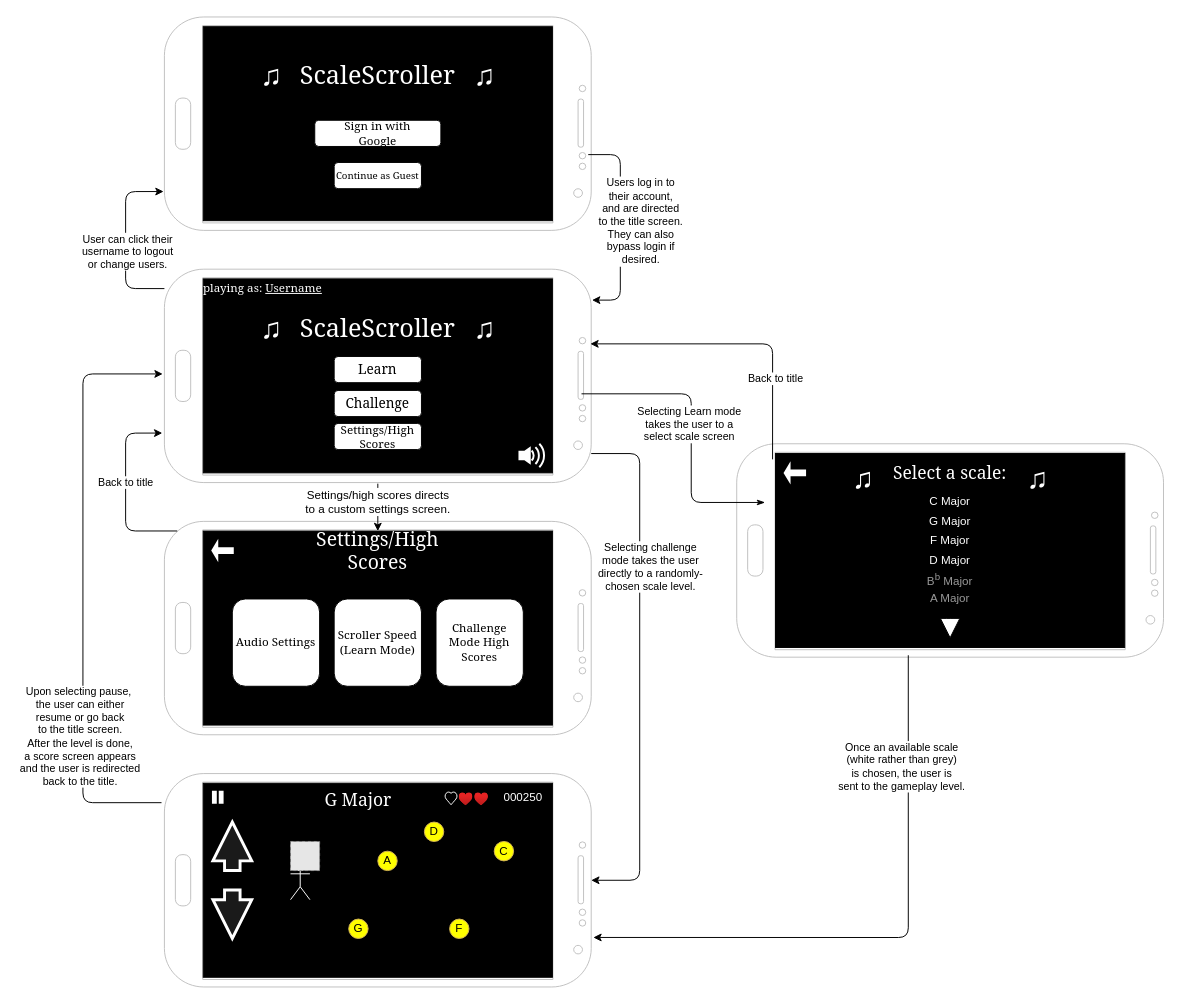
Above: docs/work/wireframe.drawio in lsteiner9/ScaleScroller (draw.io), before the change. Source tidied: cells renumbered, new cells numbered last; positions are measured from the earlier drawing's top-left corner, leaving out a move shared by most shapes. Both pictures are drawn from the tidied source at 97%, with x=0, y=0 at pixel (82, 16). Pictures stored in the file or linked from it are replaced by grey dashed boxes.
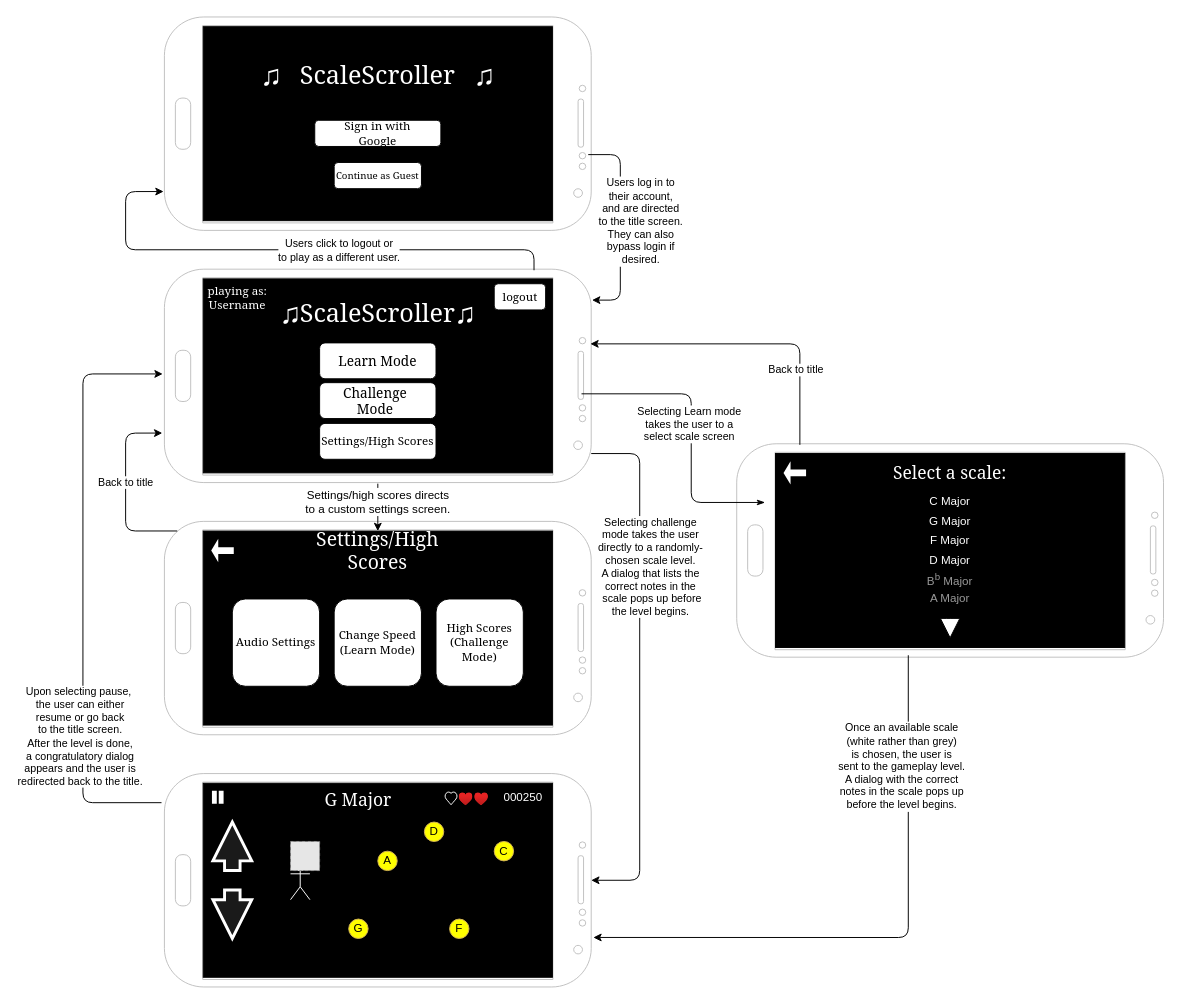
Above is the later version.

The change refers to these unchanged cells:
```xml
<mxCell id="2" style="group;" parent="1" vertex="1">
  <mxGeometry x="84" y="260" width="440" height="220" as="geometry" />
</mxCell>
<mxCell id="3" style="verticalLabelPosition=bottom;verticalAlign=top;html=1;shadow=0;dashed=0;strokeWidth=1;shape=mxgraph.android.phone2;strokeColor=#c0c0c0;direction=south;" parent="2" vertex="1">
  <mxGeometry width="440" height="220" as="geometry" />
</mxCell>
<mxCell id="17" style="group;" parent="16" vertex="1">
  <mxGeometry width="440" height="220" as="geometry" />
</mxCell>
<mxCell id="49" style="verticalLabelPosition=bottom;verticalAlign=top;html=1;shadow=0;dashed=0;strokeWidth=1;shape=mxgraph.android.phone2;strokeColor=#c0c0c0;direction=south;" parent="48" vertex="1">
  <mxGeometry width="440" height="220" as="geometry" />
</mxCell>
<mxCell id="64" style="edgeStyle=orthogonalEdgeStyle;fontSize=12;html=1;endArrow=none;endFill=0;exitX=0.491;exitY=0.995;exitDx=0;exitDy=0;exitPerimeter=0;startArrow=classic;startFill=1;" parent="1" edge="1">
  <mxGeometry relative="1" as="geometry">
    <mxPoint x="82.2" y="368" as="sourcePoint" />
    <mxPoint x="81" y="810" as="targetPoint" />
    <Array as="points">
      <mxPoint y="368" />
      <mxPoint y="810" />
    </Array>
  </mxGeometry>
</mxCell>
<mxCell id="69" style="verticalLabelPosition=bottom;verticalAlign=top;html=1;shadow=0;dashed=0;strokeWidth=1;shape=mxgraph.android.phone2;strokeColor=#c0c0c0;direction=south;" parent="68" vertex="1">
  <mxGeometry width="440" height="220" as="geometry" />
</mxCell>
<mxCell id="70" style="group;" parent="68" vertex="1">
  <mxGeometry x="40" y="10" width="360" height="240" as="geometry" />
</mxCell>
<mxCell id="87" style="edgeStyle=orthogonalEdgeStyle;fontSize=12;html=1;endArrow=none;startArrow=classic;exitX=0.768;exitY=-0.005;exitDx=0;exitDy=0;exitPerimeter=0;entryX=0.991;entryY=0.598;entryDx=0;entryDy=0;entryPerimeter=0;startFill=1;endFill=0;" parent="1" edge="1" source="26" target="69">
  <mxGeometry relative="1" as="geometry" />
</mxCell>
<mxCell id="89" style="edgeStyle=orthogonalEdgeStyle;fontSize=12;html=1;endArrow=none;startArrow=classic;entryX=0.864;entryY=0;entryDx=0;entryDy=0;entryPerimeter=0;startFill=1;endFill=0;" parent="1" edge="1" source="26" target="3">
  <mxGeometry relative="1" as="geometry">
    <Array as="points">
      <mxPoint x="574" y="890" />
      <mxPoint x="574" y="450" />
    </Array>
  </mxGeometry>
</mxCell>
```

Diff of the diagram source:
```diff
@@
     <mxCell id="5" value="&lt;font style=&quot;font-size: 26px&quot; color=&quot;#ffffff&quot; face=&quot;Georgia&quot;&gt;ScaleScroller&lt;/font&gt;" style="text;html=1;align=center;verticalAlign=middle;whiteSpace=wrap;rounded=0;" parent="2" vertex="1">
-      <mxGeometry x="140" y="40" width="160" height="40" as="geometry" />
+      <mxGeometry x="140" y="25" width="160" height="40" as="geometry" />
     </mxCell>
     <mxCell id="6" value="&lt;font style=&quot;font-size: 30px&quot;&gt;♫&lt;/font&gt;" style="text;html=1;align=center;verticalAlign=middle;fontColor=#FFFFFF;" parent="2" vertex="1">
-      <mxGeometry x="90" y="45" width="40" height="30" as="geometry" />
+      <mxGeometry x="110" y="30" width="40" height="30" as="geometry" />
     </mxCell>
     <mxCell id="7" value="&lt;font style=&quot;font-size: 30px&quot;&gt;♫&lt;/font&gt;" style="text;html=1;align=center;verticalAlign=middle;fontColor=#FFFFFF;" parent="2" vertex="1">
-      <mxGeometry x="310" y="45" width="40" height="30" as="geometry" />
+      <mxGeometry x="290" y="30" width="40" height="30" as="geometry" />
     </mxCell>
     <mxCell id="8" style="rounded=1;whiteSpace=wrap;html=1;" parent="2" vertex="1">
-      <mxGeometry x="175" y="90" width="90" height="27" as="geometry" />
+      <mxGeometry x="160" y="76" width="120" height="37" as="geometry" />
     </mxCell>
-    <mxCell id="9" style="rounded=1;whiteSpace=wrap;html=1;" parent="2" vertex="1">
-      <mxGeometry x="175" y="125" width="90" height="27" as="geometry" />
-    </mxCell>
-    <mxCell id="10" style="rounded=1;whiteSpace=wrap;html=1;" parent="2" vertex="1">
-      <mxGeometry x="175" y="159" width="90" height="27" as="geometry" />
-    </mxCell>
-    <mxCell id="11" value="&lt;font style=&quot;font-size: 14px&quot; face=&quot;Georgia&quot;&gt;Learn&lt;/font&gt;" style="text;html=1;strokeColor=none;fillColor=none;align=center;verticalAlign=middle;whiteSpace=wrap;rounded=0;" parent="2" vertex="1">
-      <mxGeometry x="170" y="93.5" width="100" height="20" as="geometry" />
+    <mxCell id="11" value="&lt;font style=&quot;font-size: 14px&quot; face=&quot;Georgia&quot;&gt;Learn Mode&lt;/font&gt;" style="text;html=1;strokeColor=none;fillColor=none;align=center;verticalAlign=middle;whiteSpace=wrap;rounded=0;" parent="2" vertex="1">
+      <mxGeometry x="170" y="84.5" width="100" height="20" as="geometry" />
     </mxCell>
+    <mxCell id="15" value="&lt;font face=&quot;Georgia&quot;&gt;playing as: &lt;br&gt;Username&lt;/font&gt;" style="text;html=1;align=center;verticalAlign=middle;fontColor=#FFFFFF;" parent="2" vertex="1">
+      <mxGeometry x="40" y="15" width="70" height="30" as="geometry" />
+    </mxCell>
+    <mxCell id="91" style="rounded=1;whiteSpace=wrap;html=1;" parent="2" vertex="1">
+      <mxGeometry x="340" y="15" width="53" height="27" as="geometry" />
+    </mxCell>
+    <mxCell id="92" value="&lt;font style=&quot;font-size: 12px&quot; face=&quot;Georgia&quot;&gt;logout&lt;/font&gt;" style="text;html=1;strokeColor=none;fillColor=none;align=center;verticalAlign=middle;whiteSpace=wrap;rounded=0;" parent="2" vertex="1">
+      <mxGeometry x="316.5" y="18.5" width="100" height="20" as="geometry" />
+    </mxCell>
+    <mxCell id="93" style="rounded=1;whiteSpace=wrap;html=1;" parent="2" vertex="1">
+      <mxGeometry x="160" y="159" width="120" height="37" as="geometry" />
+    </mxCell>
+    <mxCell id="94" style="rounded=1;whiteSpace=wrap;html=1;" parent="2" vertex="1">
+      <mxGeometry x="160" y="117" width="120" height="37" as="geometry" />
+    </mxCell>
-    <mxCell id="12" value="&lt;font style=&quot;font-size: 14px&quot; face=&quot;Georgia&quot;&gt;Challenge&lt;/font&gt;" style="text;html=1;strokeColor=none;fillColor=none;align=center;verticalAlign=middle;whiteSpace=wrap;rounded=0;" parent="2" vertex="1">
-      <mxGeometry x="170" y="128.5" width="100" height="20" as="geometry" />
+    <mxCell id="12" value="&lt;font style=&quot;font-size: 14px&quot; face=&quot;Georgia&quot;&gt;Challenge Mode&lt;/font&gt;" style="text;html=1;strokeColor=none;fillColor=none;align=center;verticalAlign=middle;whiteSpace=wrap;rounded=0;" parent="2" vertex="1">
+      <mxGeometry x="165" y="125.5" width="105" height="20" as="geometry" />
     </mxCell>
     <mxCell id="13" value="&lt;font style=&quot;font-size: 12px&quot; face=&quot;Georgia&quot;&gt;Settings/High Scores&lt;/font&gt;" style="text;html=1;strokeColor=none;fillColor=none;align=center;verticalAlign=middle;whiteSpace=wrap;rounded=0;" parent="2" vertex="1">
-      <mxGeometry x="170" y="162.5" width="100" height="20" as="geometry" />
+      <mxGeometry x="160" y="167.5" width="120" height="20" as="geometry" />
     </mxCell>
-    <mxCell id="14" style="html=1;verticalLabelPosition=bottom;align=center;labelBackgroundColor=#ffffff;verticalAlign=top;strokeWidth=2;shadow=0;dashed=0;shape=mxgraph.ios7.icons.volume_2;fontColor=#FFFFFF;fillColor=#FFFFFF;strokeColor=#FFFFFF;" parent="2" vertex="1">
-      <mxGeometry x="366" y="180" width="27" height="24.2" as="geometry" />
-    </mxCell>
-    <mxCell id="15" value="&lt;font face=&quot;Georgia&quot;&gt;playing as: &lt;u&gt;Username&lt;/u&gt;&lt;/font&gt;" style="text;html=1;align=center;verticalAlign=middle;fontColor=#FFFFFF;" parent="2" vertex="1">
-      <mxGeometry x="36" y="10" width="130" height="20" as="geometry" />
-    </mxCell>
@@
-    <mxCell id="22" value="&lt;span&gt;&lt;font face=&quot;Georgia&quot;&gt;Challenge Mode High Scores&lt;/font&gt;&lt;/span&gt;" style="rounded=1;whiteSpace=wrap;html=1;" parent="17" vertex="1">
+    <mxCell id="22" value="&lt;span&gt;&lt;font face=&quot;Georgia&quot;&gt;High Scores&lt;br&gt;(Challenge Mode)&lt;br&gt;&lt;/font&gt;&lt;/span&gt;" style="rounded=1;whiteSpace=wrap;html=1;" parent="17" vertex="1">
       <mxGeometry x="280" y="80" width="90" height="90" as="geometry" />
     </mxCell>
-    <mxCell id="23" value="&lt;font face=&quot;Georgia&quot;&gt;Scroller Speed&lt;br&gt;(Learn Mode)&lt;/font&gt;" style="rounded=1;whiteSpace=wrap;html=1;" parent="17" vertex="1">
+    <mxCell id="23" value="&lt;font face=&quot;Georgia&quot;&gt;Change Speed&lt;br&gt;(Learn Mode)&lt;/font&gt;" style="rounded=1;whiteSpace=wrap;html=1;" parent="17" vertex="1">
       <mxGeometry x="175" y="80" width="90" height="90" as="geometry" />
     </mxCell>
@@
-    <mxCell id="65" value="&lt;font color=&quot;#000000&quot;&gt;Upon selecting pause,&amp;nbsp;&lt;br&gt;the user can either&lt;br&gt;resume or go back&lt;br&gt;to the title screen.&lt;br&gt;After the level is done,&lt;br&gt;a score screen appears&lt;br&gt;and the user is redirected&lt;br&gt;back to the title.&lt;br&gt;&lt;/font&gt;" style="edgeLabel;html=1;align=center;verticalAlign=middle;fontColor=#FFFFFF;" parent="64" vertex="1">
+    <mxCell id="65" value="&lt;font color=&quot;#000000&quot;&gt;Upon selecting pause,&amp;nbsp;&lt;br&gt;the user can either&lt;br&gt;resume or go back&lt;br&gt;to the title screen.&lt;br&gt;After the level is done,&lt;br&gt;a congratulatory dialog &lt;br&gt;appears and the user is &lt;br&gt;redirected back to the title.&lt;br&gt;&lt;/font&gt;" style="edgeLabel;html=1;align=center;verticalAlign=middle;fontColor=#FFFFFF;" parent="64" vertex="1">
       <mxGeometry x="0.58" y="-4" relative="1" as="geometry">
         <mxPoint y="-22.8" as="offset" />
       </mxGeometry>
     </mxCell>
-    <mxCell id="66" style="fontSize=12;html=1;endArrow=none;endFill=0;entryX=0.091;entryY=1;entryDx=0;entryDy=0;entryPerimeter=0;exitX=0.818;exitY=1.002;exitDx=0;exitDy=0;exitPerimeter=0;edgeStyle=orthogonalEdgeStyle;startArrow=classic;startFill=1;" parent="1" edge="1" source="49" target="3">
+    <mxCell id="66" style="fontSize=12;html=1;endArrow=none;endFill=0;entryX=0.005;entryY=0.134;entryDx=0;entryDy=0;entryPerimeter=0;exitX=0.818;exitY=1.002;exitDx=0;exitDy=0;exitPerimeter=0;edgeStyle=orthogonalEdgeStyle;startArrow=classic;startFill=1;" parent="1" edge="1" source="49" target="3">
       <mxGeometry relative="1" as="geometry">
         <Array as="points">
           <mxPoint x="44" y="180" />
-          <mxPoint x="44" y="280" />
+          <mxPoint x="44" y="240" />
+          <mxPoint x="465" y="240" />
         </Array>
       </mxGeometry>
     </mxCell>
-    <mxCell id="67" value="User can click their&lt;br&gt;username to logout&lt;br&gt;or change users." style="edgeLabel;html=1;align=center;verticalAlign=middle;" parent="66" vertex="1">
-      <mxGeometry x="0.13" y="1" relative="1" as="geometry" />
+    <mxCell id="67" value="Users click to logout or&lt;br&gt;to play as a different user." style="edgeLabel;html=1;align=center;verticalAlign=middle;" parent="66" vertex="1">
+      <mxGeometry x="0.13" y="1" relative="1" as="geometry">
+        <mxPoint x="13.1" y="1" as="offset" />
+      </mxGeometry>
     </mxCell>
@@
-    <mxCell id="81" value="&lt;font style=&quot;font-size: 30px&quot;&gt;♫&lt;/font&gt;" style="text;html=1;align=center;verticalAlign=middle;fontColor=#FFFFFF;" parent="70" vertex="1">
-      <mxGeometry x="70" y="10" width="40" height="30" as="geometry" />
-    </mxCell>
-    <mxCell id="82" value="&lt;font style=&quot;font-size: 30px&quot;&gt;♫&lt;/font&gt;" style="text;html=1;align=center;verticalAlign=middle;fontColor=#FFFFFF;" parent="70" vertex="1">
-      <mxGeometry x="250" y="10" width="40" height="30" as="geometry" />
-    </mxCell>
-    <mxCell id="83" style="edgeStyle=orthogonalEdgeStyle;fontSize=12;html=1;endArrow=none;endFill=0;exitX=0.35;exitY=0.002;exitDx=0;exitDy=0;exitPerimeter=0;entryX=0.073;entryY=0.916;entryDx=0;entryDy=0;startArrow=classic;startFill=1;entryPerimeter=0;" parent="1" edge="1" source="3" target="69">
+    <mxCell id="83" style="edgeStyle=orthogonalEdgeStyle;fontSize=12;html=1;endArrow=none;endFill=0;exitX=0.35;exitY=0.002;exitDx=0;exitDy=0;exitPerimeter=0;startArrow=classic;startFill=1;entryX=0.005;entryY=0.852;entryDx=0;entryDy=0;entryPerimeter=0;" parent="1" edge="1" source="3" target="69">
       <mxGeometry relative="1" as="geometry">
         <Array as="points">
-          <mxPoint x="711" y="337" />
+          <mxPoint x="739" y="337" />
         </Array>
       </mxGeometry>
     </mxCell>
     <mxCell id="84" value="Back to title" style="edgeLabel;html=1;align=center;verticalAlign=middle;" parent="83" vertex="1">
       <mxGeometry x="0.37" y="-27" relative="1" as="geometry">
-        <mxPoint x="30" y="13.4" as="offset" />
+        <mxPoint x="21.9" y="23.5" as="offset" />
       </mxGeometry>
     </mxCell>
@@
-    <mxCell id="88" value="Once an available scale&lt;br&gt;(white rather than grey)&lt;br&gt;is chosen, the user is&lt;br&gt;sent to the gameplay level." style="edgeLabel;html=1;align=center;verticalAlign=middle;" parent="87" vertex="1">
+    <mxCell id="88" value="Once an available scale&lt;br&gt;(white rather than grey)&lt;br&gt;is chosen, the user is&lt;br&gt;sent to the gameplay level.&lt;br&gt;A dialog with the correct&lt;br&gt;notes in the scale pops up&lt;br&gt;before the level begins." style="edgeLabel;html=1;align=center;verticalAlign=middle;" parent="87" vertex="1">
       <mxGeometry x="0.83" y="2" relative="1" as="geometry">
         <mxPoint x="-4.9" y="61.3" as="offset" />
       </mxGeometry>
     </mxCell>
@@
-    <mxCell id="90" value="Selecting challenge&lt;br&gt;mode takes the user&lt;br&gt;directly to a randomly-&lt;br&gt;chosen scale level." style="edgeLabel;html=1;align=center;verticalAlign=middle;" parent="89" vertex="1">
+    <mxCell id="90" value="Selecting challenge&lt;br&gt;mode takes the user&lt;br&gt;directly to a randomly-&lt;br&gt;chosen scale level.&lt;br&gt;A dialog that lists the &lt;br&gt;correct notes in the&lt;br&gt;&amp;nbsp;scale pops up before &lt;br&gt;the level begins." style="edgeLabel;html=1;align=center;verticalAlign=middle;" parent="89" vertex="1">
       <mxGeometry x="0.21" relative="1" as="geometry">
         <mxPoint x="10" y="-47" as="offset" />
       </mxGeometry>
     </mxCell>
```
